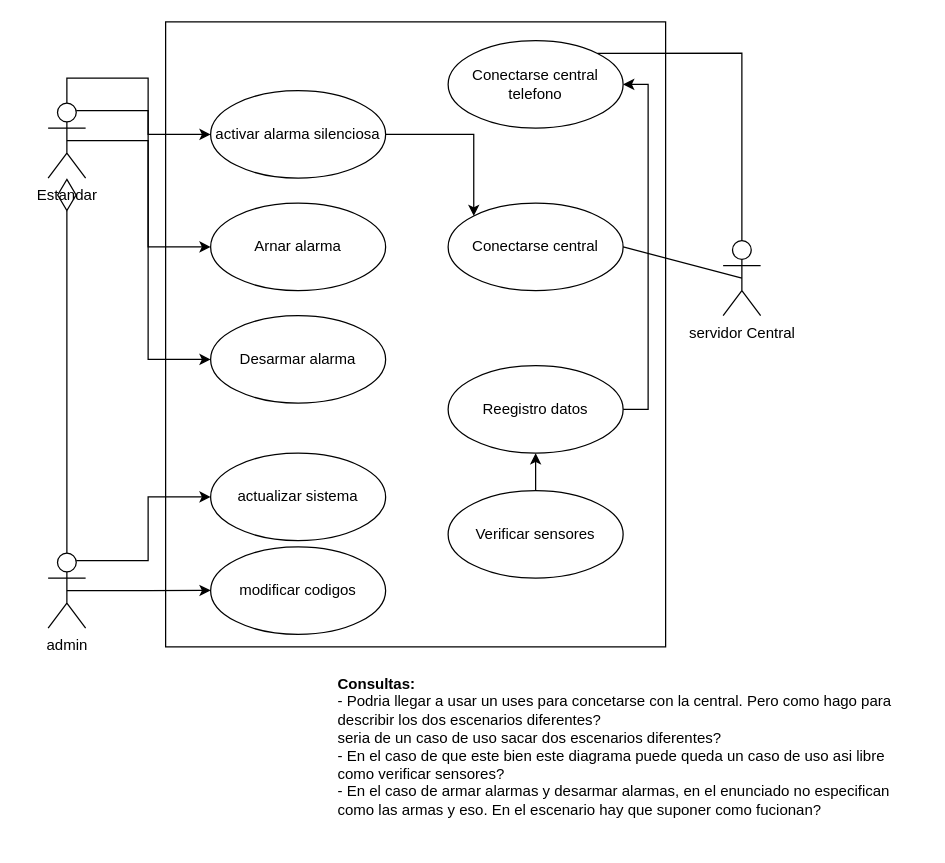
Above: Ejercicio5- Sistema de alarmas/ejercicio5.drawio in Fefo7/Inge1 (draw.io), before the change. Source tidied: cells renumbered, new cells numbered last; positions are measured from the earlier drawing's top-left corner, leaving out a move shared by most shapes. Both pictures are drawn from the tidied source at 125%, with x=0, y=0 at pixel (48, 21).
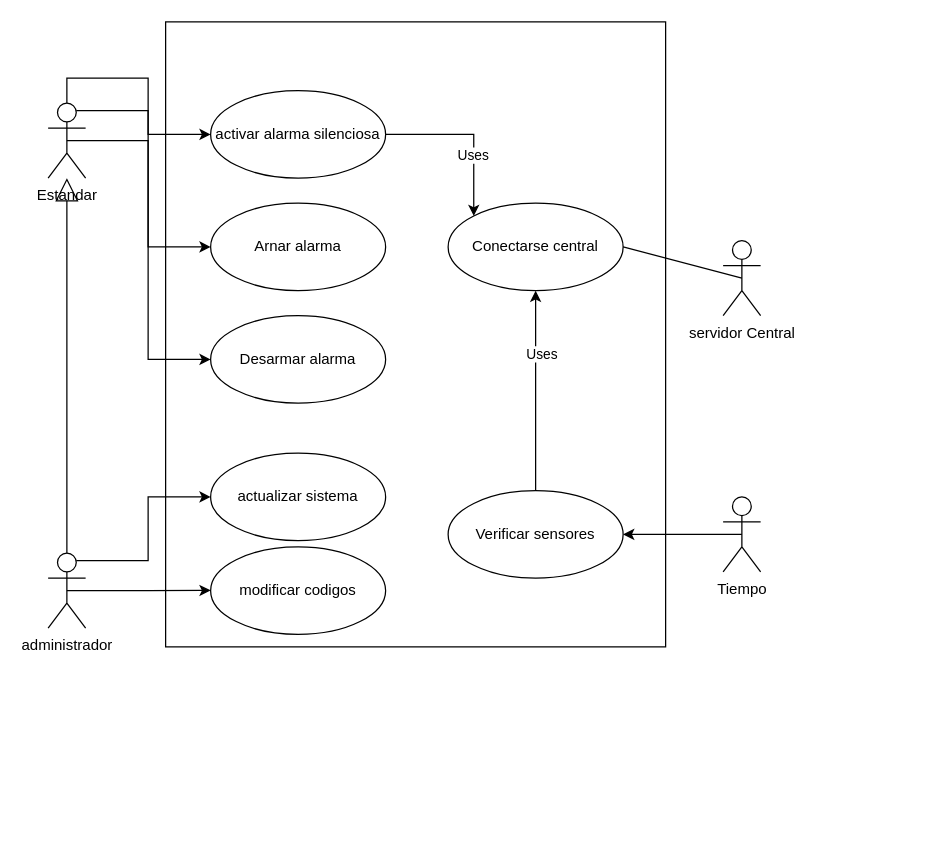
After the change.

Unchanged cells that the change refers to:
```xml
<mxCell id="6" value="Estandar" style="shape=umlActor;verticalLabelPosition=bottom;verticalAlign=top;html=1;outlineConnect=0;" parent="1" vertex="1">
  <mxGeometry y="65" width="30" height="60" as="geometry" />
</mxCell>
<mxCell id="11" value="Conectarse central" style="ellipse;whiteSpace=wrap;html=1;" parent="1" vertex="1">
  <mxGeometry x="320" y="145" width="140" height="70" as="geometry" />
</mxCell>
<mxCell id="14" style="edgeStyle=orthogonalEdgeStyle;rounded=0;jettySize=auto;html=1;exitX=1;exitY=0.5;exitDx=0;exitDy=0;entryX=0;entryY=0;entryDx=0;entryDy=0;" parent="1" edge="1" source="15" target="11">
  <mxGeometry relative="1" as="geometry" />
</mxCell>
<mxCell id="16" value="servidor Central" style="shape=umlActor;verticalLabelPosition=bottom;verticalAlign=top;html=1;" parent="1" vertex="1">
  <mxGeometry x="540" y="175" width="30" height="60" as="geometry" />
</mxCell>
<mxCell id="20" value="Verificar sensores" style="ellipse;whiteSpace=wrap;html=1;" parent="1" vertex="1">
  <mxGeometry x="320" y="375" width="140" height="70" as="geometry" />
</mxCell>
```

Change to the diagram source:
```diff
@@
-    <mxCell id="9" value="admin" style="shape=umlActor;verticalLabelPosition=bottom;verticalAlign=top;html=1;outlineConnect=0;" parent="1" vertex="1">
+    <mxCell id="9" value="administrador" style="shape=umlActor;verticalLabelPosition=bottom;verticalAlign=top;html=1;outlineConnect=0;" parent="1" vertex="1">
       <mxGeometry y="425" width="30" height="60" as="geometry" />
     </mxCell>
-    <mxCell id="10" style="endArrow=diamondThin;endFill=0;endSize=24;html=1;rounded=0;exitX=0.5;exitY=0;exitDx=0;exitDy=0;exitPerimeter=0;" parent="1" edge="1" source="9" target="6">
-      <mxGeometry relative="1" as="geometry" />
-    </mxCell>
@@
+    <mxCell id="27" value="Uses" style="edgeLabel;html=1;align=center;verticalAlign=middle;" parent="14" vertex="1">
+      <mxGeometry x="0.3" y="-1" relative="1" as="geometry">
+        <mxPoint y="-1" as="offset" />
+      </mxGeometry>
+    </mxCell>
@@
-    <mxCell id="19" style="edgeStyle=orthogonalEdgeStyle;rounded=0;jettySize=auto;html=1;exitX=0.5;exitY=0;exitDx=0;exitDy=0;entryX=0.5;entryY=1;entryDx=0;entryDy=0;" parent="1" edge="1" source="20" target="22">
-      <mxGeometry relative="1" as="geometry" />
-    </mxCell>
@@
-    <mxCell id="21" style="edgeStyle=orthogonalEdgeStyle;rounded=0;jettySize=auto;html=1;exitX=1;exitY=0.5;exitDx=0;exitDy=0;entryX=1;entryY=0.5;entryDx=0;entryDy=0;" parent="1" edge="1" source="22" target="23">
+    <mxCell id="21" style="edgeStyle=orthogonalEdgeStyle;rounded=0;jettySize=auto;html=1;exitX=0.5;exitY=0;exitDx=0;exitDy=0;entryX=0.5;entryY=1;entryDx=0;entryDy=0;" parent="1" edge="1" source="20" target="11">
       <mxGeometry relative="1" as="geometry" />
     </mxCell>
-    <mxCell id="22" value="Reegistro datos" style="ellipse;whiteSpace=wrap;html=1;" parent="1" vertex="1">
-      <mxGeometry x="320" y="275" width="140" height="70" as="geometry" />
-    </mxCell>
-    <mxCell id="23" value="Conectarse central telefono" style="ellipse;whiteSpace=wrap;html=1;" parent="1" vertex="1">
-      <mxGeometry x="320" y="15" width="140" height="70" as="geometry" />
-    </mxCell>
-    <mxCell id="24" style="endArrow=none;html=1;rounded=0;exitX=0.5;exitY=0;exitDx=0;exitDy=0;exitPerimeter=0;entryX=1;entryY=0;entryDx=0;entryDy=0;" parent="1" edge="1" source="16" target="23">
-      <mxGeometry relative="1" as="geometry">
-        <Array as="points">
-          <mxPoint x="555" y="25" />
-        </Array>
-      </mxGeometry>
-    </mxCell>
-    <mxCell id="25" value="&lt;b&gt;Consultas:&lt;/b&gt;&lt;br&gt;- Podria llegar a usar un uses para concetarse con la central. Pero como hago para describir los dos escenarios diferentes?&lt;br&gt;seria de un caso de uso sacar dos escenarios diferentes?&lt;div&gt;- En el caso de que este bien este diagrama puede queda un caso de uso asi libre como verificar sensores?&lt;br&gt;&lt;/div&gt;&lt;div&gt;- En el caso de armar alarmas y desarmar alarmas, en el enunciado no especifican como las armas y eso. En el escenario hay que suponer como fucionan?&lt;/div&gt;" style="text;html=1;align=left;verticalAlign=middle;whiteSpace=wrap;rounded=0;" parent="1" vertex="1">
-      <mxGeometry x="230" y="505" width="470" height="150" as="geometry" />
-    </mxCell>
+    <mxCell id="28" value="Uses" style="edgeLabel;html=1;align=center;verticalAlign=middle;" parent="21" vertex="1">
+      <mxGeometry x="0.38" y="-4" relative="1" as="geometry" />
+    </mxCell>
@@
+    <mxCell id="29" style="edgeStyle=orthogonalEdgeStyle;rounded=0;jettySize=auto;html=1;exitX=0.5;exitY=0.5;exitDx=0;exitDy=0;exitPerimeter=0;entryX=1;entryY=0.5;entryDx=0;entryDy=0;" parent="1" edge="1" source="30" target="20">
+      <mxGeometry relative="1" as="geometry" />
+    </mxCell>
+    <mxCell id="30" value="Tiempo" style="shape=umlActor;verticalLabelPosition=bottom;verticalAlign=top;html=1;" parent="1" vertex="1">
+      <mxGeometry x="540" y="380" width="30" height="60" as="geometry" />
+    </mxCell>
+    <mxCell id="10" style="endArrow=block;endSize=16;endFill=0;html=1;rounded=0;exitX=0.5;exitY=0;exitDx=0;exitDy=0;exitPerimeter=0;" parent="1" edge="1" source="9" target="6">
+      <mxGeometry relative="1" as="geometry" />
+    </mxCell>
```
